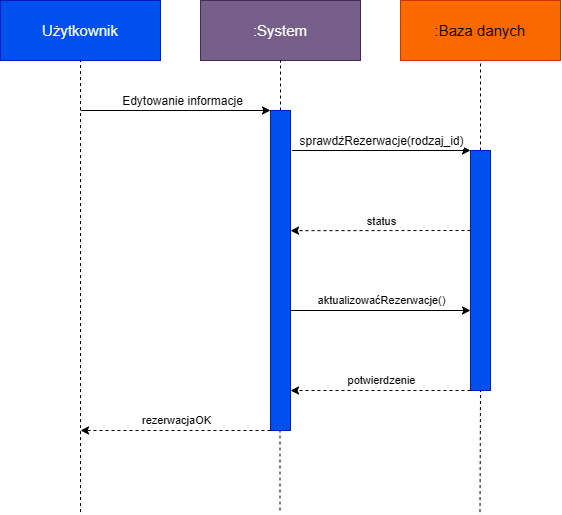
This is diagrama/sequence diagram rezerwacje sala.png from DaniilGamers/Lider2026Project.repo, a draw.io export, as it was before one commit. Source tidied: cells renumbered, new cells last; positions are measured from the earlier drawing's top-left corner, leaving out a move shared by most shapes.
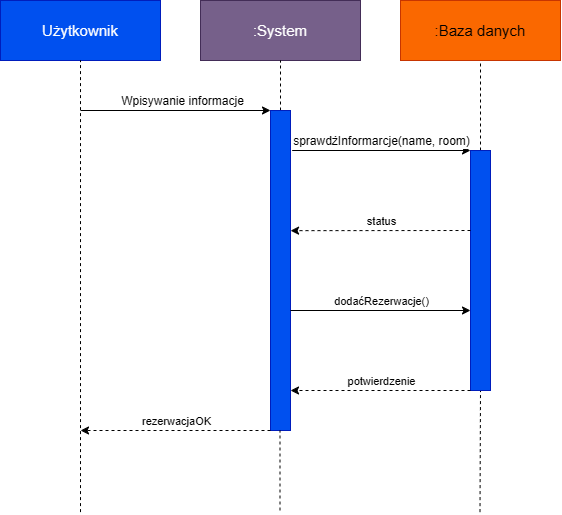
After the change.

The edit, as a diff of the source:
```diff
@@ -44,7 +44,7 @@
         <mxPoint x="80" y="110" as="sourcePoint" />
       </mxGeometry>
     </mxCell>
-    <mxCell id="13" value="Edytowanie informacje" style="edgeLabel;html=1;align=center;verticalAlign=middle;fontSize=12;" parent="12" vertex="1">
+    <mxCell id="13" value="Wpisywanie informacje" style="edgeLabel;html=1;align=center;verticalAlign=middle;fontSize=12;" parent="12" vertex="1">
       <mxGeometry relative="1" as="geometry">
         <mxPoint x="6" y="-10" as="offset" />
       </mxGeometry>
@@ -52,7 +52,7 @@
     <mxCell id="14" style="endArrow=classic;html=1;rounded=0;exitX=1.083;exitY=0.125;exitDx=0;exitDy=0;exitPerimeter=0;entryX=0;entryY=0;entryDx=0;entryDy=0;" parent="1" edge="1" source="7" target="10">
       <mxGeometry relative="1" as="geometry" />
     </mxCell>
-    <mxCell id="15" value="sprawdżRezerwacje(rodzaj_id)" style="edgeLabel;html=1;align=center;verticalAlign=middle;fontSize=12;" parent="14" vertex="1">
+    <mxCell id="15" value="sprawdżInformarcje(name, room)" style="edgeLabel;html=1;align=center;verticalAlign=middle;fontSize=12;" parent="14" vertex="1">
       <mxGeometry relative="1" as="geometry">
         <mxPoint y="-10" as="offset" />
       </mxGeometry>
@@ -74,7 +74,7 @@
         <mxPoint x="470" y="310" as="targetPoint" />
       </mxGeometry>
     </mxCell>
-    <mxCell id="19" value="aktualizowaćRezerwacje()" style="edgeLabel;html=1;align=center;verticalAlign=middle;" parent="18" vertex="1">
+    <mxCell id="19" value="dodaćRezerwacje()" style="edgeLabel;html=1;align=center;verticalAlign=middle;" parent="18" vertex="1">
       <mxGeometry relative="1" as="geometry">
         <mxPoint y="-10" as="offset" />
       </mxGeometry>
```
